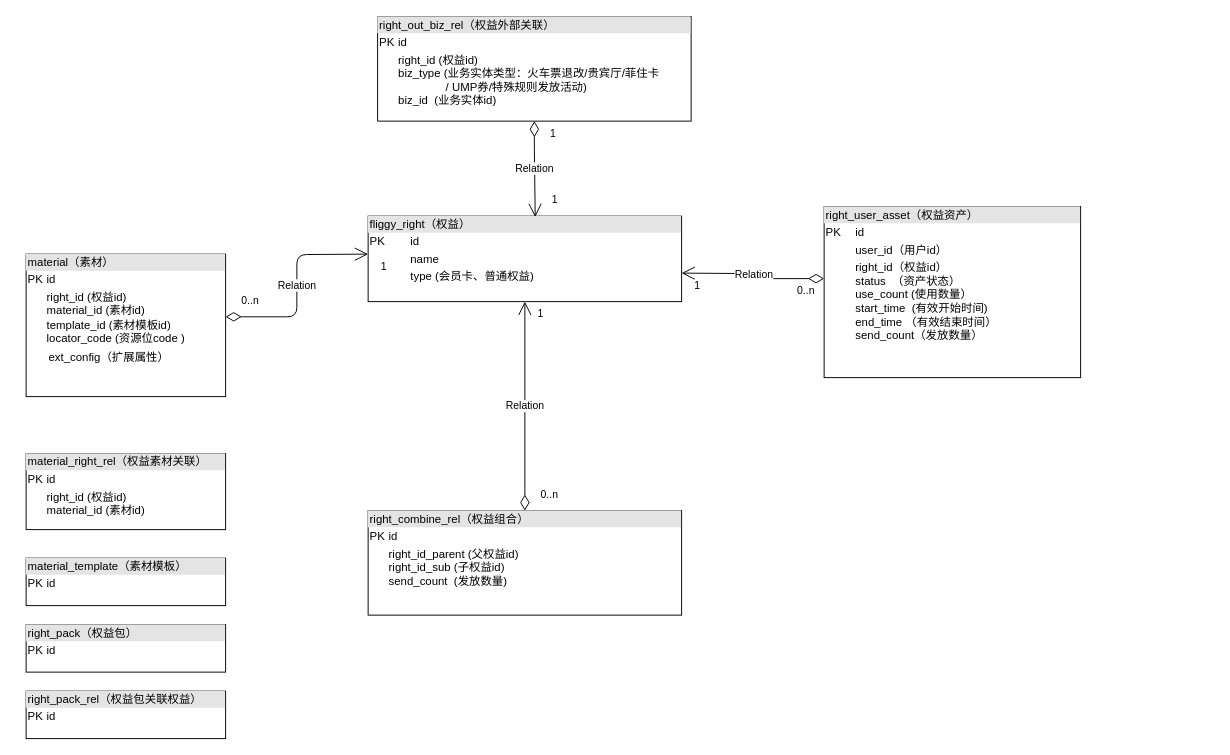
The draw.io diagram page "会员卡ER图" (1 of 4) of 付费权益.drawio in renqiuming/drawio, before the edit. Source tidied: cells renumbered, new cells numbered last; positions are measured from the earlier drawing's top-left corner, leaving out a move shared by most shapes. Both pictures are drawn from the tidied source at 95%, with x=0, y=0 at pixel (26, 16).
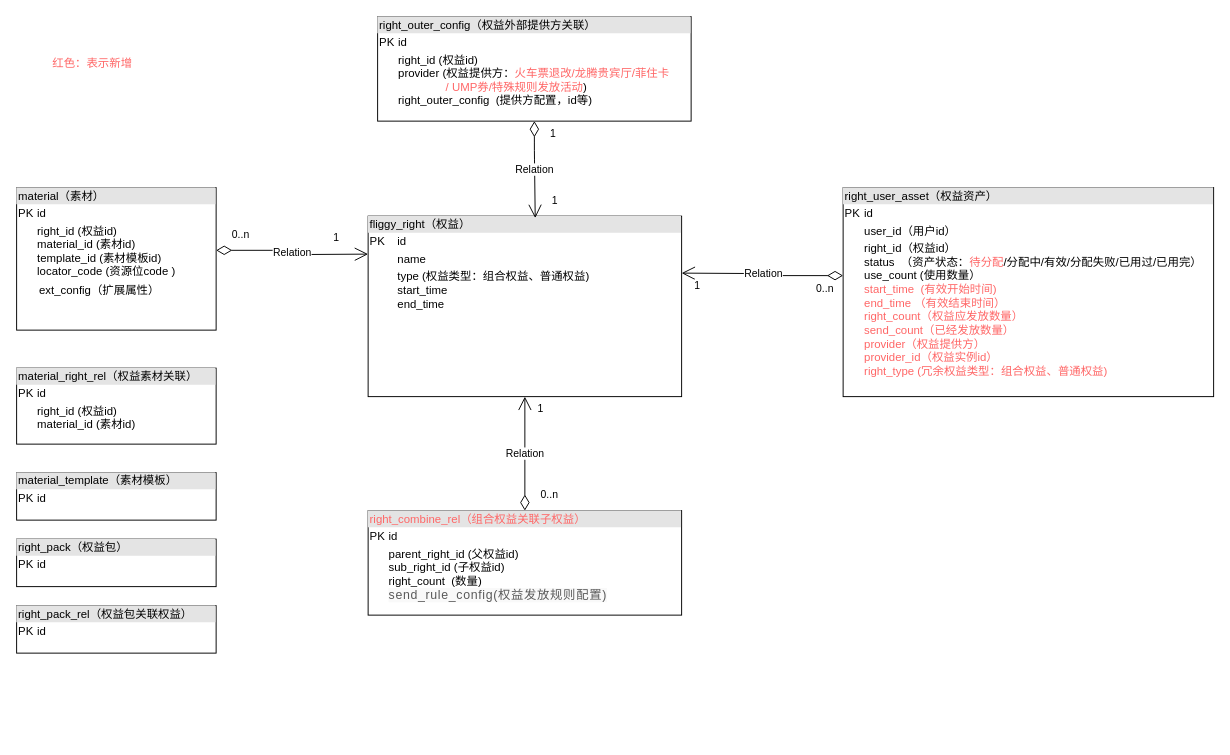
The same diagram, later.

Unchanged cells that the change refers to:
```xml
<mxCell id="18" value="Relation" style="endArrow=open;html=1;endSize=12;startArrow=diamondThin;startSize=14;startFill=0;edgeStyle=orthogonalEdgeStyle;exitX=1;exitY=0.44;exitDx=0;exitDy=0;entryX=0.5;entryY=1;entryDx=0;entryDy=0;exitPerimeter=0;" parent="1" edge="1" source="12">
  <mxGeometry relative="1" as="geometry">
    <mxPoint x="360" y="250" as="targetPoint" />
  </mxGeometry>
</mxCell>
```

The edit, as a diff of the source:
```diff
@@
-    <mxCell id="2" value="&lt;div style=&quot;box-sizing: border-box ; width: 100% ; background: #e4e4e4 ; padding: 2px&quot;&gt;fliggy_right（权益）&lt;/div&gt;&lt;table style=&quot;width: 100% ; font-size: 1em&quot; cellpadding=&quot;2&quot; cellspacing=&quot;0&quot;&gt;&lt;tbody&gt;&lt;tr&gt;&lt;td&gt;PK&lt;/td&gt;&lt;td&gt;id&lt;/td&gt;&lt;/tr&gt;&lt;tr&gt;&lt;td&gt;&lt;br&gt;&lt;/td&gt;&lt;td&gt;name&lt;br&gt;&lt;/td&gt;&lt;/tr&gt;&lt;tr&gt;&lt;td&gt;&lt;/td&gt;&lt;td&gt;type (会员卡、普通权益)&lt;br&gt;&lt;br&gt;&lt;br&gt;&lt;br&gt;&lt;br&gt;&lt;br&gt;&lt;/td&gt;&lt;/tr&gt;&lt;/tbody&gt;&lt;/table&gt;" style="verticalAlign=top;align=left;overflow=fill;html=1;" parent="1" vertex="1">
-      <mxGeometry x="360" y="210" width="330" height="90" as="geometry" />
+    <mxCell id="2" value="&lt;div style=&quot;box-sizing: border-box ; width: 100% ; background: #e4e4e4 ; padding: 2px&quot;&gt;fliggy_right（权益）&lt;/div&gt;&lt;table style=&quot;width: 100% ; font-size: 1em&quot; cellpadding=&quot;2&quot; cellspacing=&quot;0&quot;&gt;&lt;tbody&gt;&lt;tr&gt;&lt;td&gt;PK&lt;/td&gt;&lt;td&gt;id&lt;/td&gt;&lt;/tr&gt;&lt;tr&gt;&lt;td&gt;&lt;br&gt;&lt;/td&gt;&lt;td&gt;name&lt;br&gt;&lt;/td&gt;&lt;/tr&gt;&lt;tr&gt;&lt;td&gt;&lt;/td&gt;&lt;td&gt;type (权益类型：组合权益、普通权益)&lt;br&gt;start_time&lt;br&gt;end_time&lt;br&gt;&lt;br&gt;&lt;br&gt;&lt;br&gt;&lt;br&gt;&lt;br&gt;&lt;/td&gt;&lt;/tr&gt;&lt;/tbody&gt;&lt;/table&gt;" style="verticalAlign=top;align=left;overflow=fill;html=1;" parent="1" vertex="1">
+      <mxGeometry x="360" y="210" width="330" height="190" as="geometry" />
     </mxCell>
-    <mxCell id="3" value="&lt;div style=&quot;box-sizing: border-box ; width: 100% ; background: #e4e4e4 ; padding: 2px&quot;&gt;right_user_asset（权益资产）&lt;br&gt;&lt;/div&gt;&lt;table style=&quot;width: 100% ; font-size: 1em&quot; cellpadding=&quot;2&quot; cellspacing=&quot;0&quot;&gt;&lt;tbody&gt;&lt;tr&gt;&lt;td&gt;PK&lt;/td&gt;&lt;td&gt;id&lt;/td&gt;&lt;/tr&gt;&lt;tr&gt;&lt;td&gt;&lt;br&gt;&lt;/td&gt;&lt;td&gt;user_id（用户id）&lt;/td&gt;&lt;/tr&gt;&lt;tr&gt;&lt;td&gt;&lt;br&gt;&lt;/td&gt;&lt;td&gt;right_id（权益id）&lt;br&gt;status&amp;nbsp; （资产状态）&lt;br&gt;use_count (使用数量）&lt;br&gt;start_time&amp;nbsp; (有效开始时间)&lt;br&gt;end_time （有效结束时间）&lt;br&gt;send_count（发放数量）&lt;br&gt;&lt;br&gt;&lt;/td&gt;&lt;/tr&gt;&lt;/tbody&gt;&lt;/table&gt;" style="verticalAlign=top;align=left;overflow=fill;html=1;" parent="1" vertex="1">
-      <mxGeometry x="840" y="200" width="270" height="180" as="geometry" />
+    <mxCell id="3" value="&lt;div style=&quot;box-sizing: border-box ; width: 100% ; background: #e4e4e4 ; padding: 2px&quot;&gt;right_user_asset（权益资产）&lt;br&gt;&lt;/div&gt;&lt;table style=&quot;width: 100% ; font-size: 1em&quot; cellpadding=&quot;2&quot; cellspacing=&quot;0&quot;&gt;&lt;tbody&gt;&lt;tr&gt;&lt;td&gt;PK&lt;/td&gt;&lt;td&gt;id&lt;/td&gt;&lt;/tr&gt;&lt;tr&gt;&lt;td&gt;&lt;br&gt;&lt;/td&gt;&lt;td&gt;user_id（用户id）&lt;/td&gt;&lt;/tr&gt;&lt;tr&gt;&lt;td&gt;&lt;br&gt;&lt;/td&gt;&lt;td&gt;right_id（权益id）&lt;br&gt;status&amp;nbsp; （资产状态：&lt;font color=&quot;#ff6666&quot;&gt;待分配&lt;/font&gt;/分配中/有效/分配失败/已用过/已用完）&lt;br&gt;use_count (使用数量）&lt;br&gt;&lt;font color=&quot;#ff6666&quot;&gt;start_time&amp;nbsp; (有效开始时间)&lt;br&gt;end_time （有效结束时间）&lt;br&gt;right_count（权益应发放数量）&lt;br&gt;send_count（已经发放数量）&lt;br&gt;provider（权益提供方）&lt;br&gt;provider_id（权益实例id）&lt;br&gt;right_type (冗余权益类型：组合权益、普通权益)&lt;br&gt;&lt;/font&gt;&lt;/td&gt;&lt;/tr&gt;&lt;/tbody&gt;&lt;/table&gt;" style="verticalAlign=top;align=left;overflow=fill;html=1;" parent="1" vertex="1">
+      <mxGeometry x="860" y="180" width="390" height="220" as="geometry" />
     </mxCell>
-    <mxCell id="4" value="&lt;div style=&quot;box-sizing: border-box ; width: 100% ; background: #e4e4e4 ; padding: 2px&quot;&gt;right_combine_rel（权益组合）&lt;/div&gt;&lt;table style=&quot;width: 100% ; font-size: 1em&quot; cellpadding=&quot;2&quot; cellspacing=&quot;0&quot;&gt;&lt;tbody&gt;&lt;tr&gt;&lt;td&gt;PK&lt;/td&gt;&lt;td&gt;id&lt;/td&gt;&lt;/tr&gt;&lt;tr&gt;&lt;td&gt;&lt;br&gt;&lt;/td&gt;&lt;td&gt;right_id_parent (父权益id)&lt;br&gt;right_id_sub (子权益id)&lt;br&gt;send_count&amp;nbsp; (发放数量)&lt;br&gt;&lt;span style=&quot;color: rgb(89 , 89 , 89) ; font-family: , &amp;#34;consolas&amp;#34; , &amp;#34;liberation mono&amp;#34; , &amp;#34;menlo&amp;#34; , &amp;#34;courier&amp;#34; , monospace ; font-size: 13px ; letter-spacing: 0.7px ; background-color: rgb(249 , 249 , 249)&quot;&gt;&lt;br&gt;&lt;/span&gt;&lt;/td&gt;&lt;/tr&gt;&lt;tr&gt;&lt;td&gt;&lt;/td&gt;&lt;td&gt;&lt;table cellpadding=&quot;2&quot; cellspacing=&quot;0&quot; style=&quot;font-size: 1em ; width: 330px&quot;&gt;&lt;tbody&gt;&lt;tr&gt;&lt;td&gt;&lt;span style=&quot;color: rgb(89 , 89 , 89) ; font-family: , &amp;#34;consolas&amp;#34; , &amp;#34;liberation mono&amp;#34; , &amp;#34;menlo&amp;#34; , &amp;#34;courier&amp;#34; , monospace ; font-size: 13px ; letter-spacing: 0.7px ; background-color: rgb(249 , 249 , 249)&quot;&gt;&lt;br&gt;&lt;br&gt;&lt;/span&gt;&lt;/td&gt;&lt;/tr&gt;&lt;/tbody&gt;&lt;/table&gt;&lt;br&gt;&lt;br&gt;&lt;br&gt;&lt;br&gt;&lt;/td&gt;&lt;/tr&gt;&lt;/tbody&gt;&lt;/table&gt;" style="verticalAlign=top;align=left;overflow=fill;html=1;" parent="1" vertex="1">
+    <mxCell id="4" value="&lt;div style=&quot;box-sizing: border-box ; width: 100% ; background: #e4e4e4 ; padding: 2px&quot;&gt;&lt;font color=&quot;#ff6666&quot;&gt;right_combine_rel（组合权益关联子权益）&lt;/font&gt;&lt;/div&gt;&lt;table style=&quot;width: 100% ; font-size: 1em&quot; cellpadding=&quot;2&quot; cellspacing=&quot;0&quot;&gt;&lt;tbody&gt;&lt;tr&gt;&lt;td&gt;PK&lt;/td&gt;&lt;td&gt;id&lt;/td&gt;&lt;/tr&gt;&lt;tr&gt;&lt;td&gt;&lt;br&gt;&lt;/td&gt;&lt;td&gt;parent_right_id (父权益id)&lt;br&gt;sub_right_id (子权益id)&lt;br&gt;right_count&amp;nbsp; (数量)&lt;br&gt;&lt;span style=&quot;color: rgb(89 , 89 , 89) ; font-family: , &amp;#34;consolas&amp;#34; , &amp;#34;liberation mono&amp;#34; , &amp;#34;menlo&amp;#34; , &amp;#34;courier&amp;#34; , monospace ; font-size: 13px ; letter-spacing: 0.7px ; background-color: rgb(249 , 249 , 249)&quot;&gt;send_rule_config(权益发放规则配置)&lt;/span&gt;&lt;/td&gt;&lt;/tr&gt;&lt;tr&gt;&lt;td&gt;&lt;/td&gt;&lt;td&gt;&lt;table cellpadding=&quot;2&quot; cellspacing=&quot;0&quot; style=&quot;font-size: 1em ; width: 330px&quot;&gt;&lt;tbody&gt;&lt;tr&gt;&lt;td&gt;&lt;span style=&quot;color: rgb(89 , 89 , 89) ; font-family: , &amp;#34;consolas&amp;#34; , &amp;#34;liberation mono&amp;#34; , &amp;#34;menlo&amp;#34; , &amp;#34;courier&amp;#34; , monospace ; font-size: 13px ; letter-spacing: 0.7px ; background-color: rgb(249 , 249 , 249)&quot;&gt;&lt;br&gt;&lt;br&gt;&lt;/span&gt;&lt;/td&gt;&lt;/tr&gt;&lt;/tbody&gt;&lt;/table&gt;&lt;br&gt;&lt;br&gt;&lt;br&gt;&lt;br&gt;&lt;/td&gt;&lt;/tr&gt;&lt;/tbody&gt;&lt;/table&gt;" style="verticalAlign=top;align=left;overflow=fill;html=1;" parent="1" vertex="1">
       <mxGeometry x="360" y="520" width="330" height="110" as="geometry" />
     </mxCell>
@@
     <mxCell id="8" value="&lt;div style=&quot;box-sizing: border-box ; width: 100% ; background: #e4e4e4 ; padding: 2px&quot;&gt;material_right_rel（权益素材关联）&lt;/div&gt;&lt;table style=&quot;width: 100% ; font-size: 1em&quot; cellpadding=&quot;2&quot; cellspacing=&quot;0&quot;&gt;&lt;tbody&gt;&lt;tr&gt;&lt;td&gt;PK&lt;/td&gt;&lt;td&gt;id&lt;/td&gt;&lt;/tr&gt;&lt;tr&gt;&lt;td&gt;&lt;br&gt;&lt;/td&gt;&lt;td&gt;right_id (权益id)&lt;br&gt;material_id (素材id)&lt;br&gt;&lt;span style=&quot;color: rgb(89 , 89 , 89) ; font-family: , &amp;#34;consolas&amp;#34; , &amp;#34;liberation mono&amp;#34; , &amp;#34;menlo&amp;#34; , &amp;#34;courier&amp;#34; , monospace ; font-size: 13px ; letter-spacing: 0.7px ; background-color: rgb(249 , 249 , 249)&quot;&gt;&lt;br&gt;&lt;/span&gt;&lt;/td&gt;&lt;/tr&gt;&lt;tr&gt;&lt;td&gt;&lt;/td&gt;&lt;td&gt;&lt;table cellpadding=&quot;2&quot; cellspacing=&quot;0&quot; style=&quot;font-size: 1em ; width: 330px&quot;&gt;&lt;tbody&gt;&lt;tr&gt;&lt;td&gt;&lt;span style=&quot;color: rgb(89 , 89 , 89) ; font-family: , &amp;#34;consolas&amp;#34; , &amp;#34;liberation mono&amp;#34; , &amp;#34;menlo&amp;#34; , &amp;#34;courier&amp;#34; , monospace ; font-size: 13px ; letter-spacing: 0.7px ; background-color: rgb(249 , 249 , 249)&quot;&gt;&lt;br&gt;&lt;br&gt;&lt;/span&gt;&lt;/td&gt;&lt;/tr&gt;&lt;/tbody&gt;&lt;/table&gt;&lt;br&gt;&lt;br&gt;&lt;br&gt;&lt;br&gt;&lt;/td&gt;&lt;/tr&gt;&lt;/tbody&gt;&lt;/table&gt;" style="verticalAlign=top;align=left;overflow=fill;html=1;" parent="1" vertex="1">
-      <mxGeometry y="460" width="210" height="80" as="geometry" />
+      <mxGeometry x="-10" y="370" width="210" height="80" as="geometry" />
     </mxCell>
@@
     <mxCell id="12" value="&lt;div style=&quot;box-sizing: border-box ; width: 100% ; background: #e4e4e4 ; padding: 2px&quot;&gt;material（素材）&lt;/div&gt;&lt;table style=&quot;width: 100% ; font-size: 1em&quot; cellpadding=&quot;2&quot; cellspacing=&quot;0&quot;&gt;&lt;tbody&gt;&lt;tr&gt;&lt;td&gt;PK&lt;/td&gt;&lt;td&gt;id&lt;/td&gt;&lt;/tr&gt;&lt;tr&gt;&lt;td&gt;&lt;br&gt;&lt;/td&gt;&lt;td&gt;right_id (权益id)&lt;br&gt;material_id (素材id)&lt;br&gt;template_id (素材模板id)&lt;br&gt;locator_code (资源位code )&lt;span style=&quot;background-color: rgb(249 , 249 , 249)&quot;&gt;&lt;br&gt;&lt;/span&gt;&lt;/td&gt;&lt;/tr&gt;&lt;tr&gt;&lt;td&gt;&lt;/td&gt;&lt;td&gt;&lt;table cellpadding=&quot;2&quot; cellspacing=&quot;0&quot; style=&quot;font-size: 1em ; width: 330px&quot;&gt;&lt;tbody&gt;&lt;tr&gt;&lt;td&gt;ext_config（扩展属性）&lt;span style=&quot;background-color: rgb(249 , 249 , 249)&quot;&gt;&lt;br&gt;&lt;br&gt;&lt;/span&gt;&lt;/td&gt;&lt;/tr&gt;&lt;/tbody&gt;&lt;/table&gt;&lt;br&gt;&lt;br&gt;&lt;br&gt;&lt;br&gt;&lt;/td&gt;&lt;/tr&gt;&lt;/tbody&gt;&lt;/table&gt;" style="verticalAlign=top;align=left;overflow=fill;html=1;" parent="1" vertex="1">
-      <mxGeometry y="250" width="210" height="150" as="geometry" />
+      <mxGeometry x="-10" y="180" width="210" height="150" as="geometry" />
     </mxCell>
-    <mxCell id="13" value="&lt;div style=&quot;box-sizing: border-box ; width: 100% ; background: #e4e4e4 ; padding: 2px&quot;&gt;right_out_biz_rel（权益外部关联）&lt;/div&gt;&lt;table style=&quot;width: 100% ; font-size: 1em&quot; cellpadding=&quot;2&quot; cellspacing=&quot;0&quot;&gt;&lt;tbody&gt;&lt;tr&gt;&lt;td&gt;PK&lt;/td&gt;&lt;td&gt;id&lt;/td&gt;&lt;/tr&gt;&lt;tr&gt;&lt;td&gt;&lt;br&gt;&lt;/td&gt;&lt;td&gt;right_id (权益id)&lt;br&gt;biz_type&amp;nbsp;(业务实体类型：火车票退改/贵宾厅/菲住卡&lt;br&gt;&amp;nbsp; &amp;nbsp; &amp;nbsp; &amp;nbsp; &amp;nbsp; &amp;nbsp; &amp;nbsp; &amp;nbsp;/&amp;nbsp;UMP券/特殊规则发放活动)&lt;br&gt;biz_id&amp;nbsp; (业务实体id)&lt;br&gt;&lt;span style=&quot;color: rgb(89 , 89 , 89) ; font-family: , &amp;#34;consolas&amp;#34; , &amp;#34;liberation mono&amp;#34; , &amp;#34;menlo&amp;#34; , &amp;#34;courier&amp;#34; , monospace ; font-size: 13px ; letter-spacing: 0.7px ; background-color: rgb(249 , 249 , 249)&quot;&gt;&lt;br&gt;&lt;/span&gt;&lt;/td&gt;&lt;/tr&gt;&lt;tr&gt;&lt;td&gt;&lt;/td&gt;&lt;td&gt;&lt;table cellpadding=&quot;2&quot; cellspacing=&quot;0&quot; style=&quot;font-size: 1em ; width: 330px&quot;&gt;&lt;tbody&gt;&lt;tr&gt;&lt;td&gt;&lt;span style=&quot;color: rgb(89 , 89 , 89) ; font-family: , &amp;#34;consolas&amp;#34; , &amp;#34;liberation mono&amp;#34; , &amp;#34;menlo&amp;#34; , &amp;#34;courier&amp;#34; , monospace ; font-size: 13px ; letter-spacing: 0.7px ; background-color: rgb(249 , 249 , 249)&quot;&gt;&lt;br&gt;&lt;br&gt;&lt;/span&gt;&lt;/td&gt;&lt;/tr&gt;&lt;/tbody&gt;&lt;/table&gt;&lt;br&gt;&lt;br&gt;&lt;br&gt;&lt;br&gt;&lt;/td&gt;&lt;/tr&gt;&lt;/tbody&gt;&lt;/table&gt;" style="verticalAlign=top;align=left;overflow=fill;html=1;" parent="1" vertex="1">
+    <mxCell id="13" value="&lt;div style=&quot;box-sizing: border-box ; width: 100% ; background: #e4e4e4 ; padding: 2px&quot;&gt;right_outer_config（权益外部提供方关联）&lt;/div&gt;&lt;table style=&quot;width: 100% ; font-size: 1em&quot; cellpadding=&quot;2&quot; cellspacing=&quot;0&quot;&gt;&lt;tbody&gt;&lt;tr&gt;&lt;td&gt;PK&lt;/td&gt;&lt;td&gt;id&lt;/td&gt;&lt;/tr&gt;&lt;tr&gt;&lt;td&gt;&lt;br&gt;&lt;/td&gt;&lt;td&gt;right_id (权益id)&lt;br&gt;provider&amp;nbsp;(权益提供方：&lt;font color=&quot;#ff6666&quot;&gt;火车票退改/龙腾贵宾厅/菲住卡&lt;br&gt;&amp;nbsp; &amp;nbsp; &amp;nbsp; &amp;nbsp; &amp;nbsp; &amp;nbsp; &amp;nbsp; &amp;nbsp;/&amp;nbsp;UMP券/特殊规则发放活动&lt;/font&gt;)&lt;br&gt;right_outer_config&amp;nbsp; (提供方配置，id等)&lt;br&gt;&lt;span style=&quot;color: rgb(89 , 89 , 89) ; font-family: , &amp;#34;consolas&amp;#34; , &amp;#34;liberation mono&amp;#34; , &amp;#34;menlo&amp;#34; , &amp;#34;courier&amp;#34; , monospace ; font-size: 13px ; letter-spacing: 0.7px ; background-color: rgb(249 , 249 , 249)&quot;&gt;&lt;br&gt;&lt;/span&gt;&lt;/td&gt;&lt;/tr&gt;&lt;tr&gt;&lt;td&gt;&lt;/td&gt;&lt;td&gt;&lt;table cellpadding=&quot;2&quot; cellspacing=&quot;0&quot; style=&quot;font-size: 1em ; width: 330px&quot;&gt;&lt;tbody&gt;&lt;tr&gt;&lt;td&gt;&lt;span style=&quot;color: rgb(89 , 89 , 89) ; font-family: , &amp;#34;consolas&amp;#34; , &amp;#34;liberation mono&amp;#34; , &amp;#34;menlo&amp;#34; , &amp;#34;courier&amp;#34; , monospace ; font-size: 13px ; letter-spacing: 0.7px ; background-color: rgb(249 , 249 , 249)&quot;&gt;&lt;br&gt;&lt;br&gt;&lt;/span&gt;&lt;/td&gt;&lt;/tr&gt;&lt;/tbody&gt;&lt;/table&gt;&lt;br&gt;&lt;br&gt;&lt;br&gt;&lt;br&gt;&lt;/td&gt;&lt;/tr&gt;&lt;/tbody&gt;&lt;/table&gt;" style="verticalAlign=top;align=left;overflow=fill;html=1;" parent="1" vertex="1">
       <mxGeometry x="370" width="330" height="110" as="geometry" />
     </mxCell>
@@
     <mxCell id="17" value="&lt;div style=&quot;box-sizing: border-box ; width: 100% ; background: #e4e4e4 ; padding: 2px&quot;&gt;material_template（素材模板）&lt;/div&gt;&lt;table style=&quot;width: 100% ; font-size: 1em&quot; cellpadding=&quot;2&quot; cellspacing=&quot;0&quot;&gt;&lt;tbody&gt;&lt;tr&gt;&lt;td&gt;PK&lt;/td&gt;&lt;td&gt;id&lt;/td&gt;&lt;/tr&gt;&lt;tr&gt;&lt;td&gt;&lt;br&gt;&lt;/td&gt;&lt;td&gt;&lt;span style=&quot;color: rgb(89 , 89 , 89) ; font-family: , &amp;#34;consolas&amp;#34; , &amp;#34;liberation mono&amp;#34; , &amp;#34;menlo&amp;#34; , &amp;#34;courier&amp;#34; , monospace ; font-size: 13px ; letter-spacing: 0.7px ; background-color: rgb(249 , 249 , 249)&quot;&gt;&lt;br&gt;&lt;/span&gt;&lt;/td&gt;&lt;/tr&gt;&lt;tr&gt;&lt;td&gt;&lt;/td&gt;&lt;td&gt;&lt;table cellpadding=&quot;2&quot; cellspacing=&quot;0&quot; style=&quot;font-size: 1em ; width: 330px&quot;&gt;&lt;tbody&gt;&lt;tr&gt;&lt;td&gt;&lt;span style=&quot;color: rgb(89 , 89 , 89) ; font-family: , &amp;#34;consolas&amp;#34; , &amp;#34;liberation mono&amp;#34; , &amp;#34;menlo&amp;#34; , &amp;#34;courier&amp;#34; , monospace ; font-size: 13px ; letter-spacing: 0.7px ; background-color: rgb(249 , 249 , 249)&quot;&gt;&lt;br&gt;&lt;br&gt;&lt;/span&gt;&lt;/td&gt;&lt;/tr&gt;&lt;/tbody&gt;&lt;/table&gt;&lt;br&gt;&lt;br&gt;&lt;br&gt;&lt;br&gt;&lt;/td&gt;&lt;/tr&gt;&lt;/tbody&gt;&lt;/table&gt;" style="verticalAlign=top;align=left;overflow=fill;html=1;" parent="1" vertex="1">
-      <mxGeometry y="570" width="210" height="50" as="geometry" />
+      <mxGeometry x="-10" y="480" width="210" height="50" as="geometry" />
     </mxCell>
@@
     <mxCell id="20" value="1" style="edgeLabel;html=1;align=right;verticalAlign=top;" parent="18" vertex="1">
       <mxGeometry x="1" relative="1" as="geometry">
-        <mxPoint x="20" as="offset" />
+        <mxPoint x="-30" y="-30" as="offset" />
       </mxGeometry>
     </mxCell>
     <mxCell id="21" value="&lt;div style=&quot;box-sizing: border-box ; width: 100% ; background: #e4e4e4 ; padding: 2px&quot;&gt;right_pack（权益包）&lt;/div&gt;&lt;table style=&quot;width: 100% ; font-size: 1em&quot; cellpadding=&quot;2&quot; cellspacing=&quot;0&quot;&gt;&lt;tbody&gt;&lt;tr&gt;&lt;td&gt;PK&lt;/td&gt;&lt;td&gt;id&lt;/td&gt;&lt;/tr&gt;&lt;tr&gt;&lt;td&gt;&lt;br&gt;&lt;/td&gt;&lt;td&gt;&lt;span style=&quot;color: rgb(89 , 89 , 89) ; font-family: , &amp;#34;consolas&amp;#34; , &amp;#34;liberation mono&amp;#34; , &amp;#34;menlo&amp;#34; , &amp;#34;courier&amp;#34; , monospace ; font-size: 13px ; letter-spacing: 0.7px ; background-color: rgb(249 , 249 , 249)&quot;&gt;&lt;br&gt;&lt;/span&gt;&lt;/td&gt;&lt;/tr&gt;&lt;tr&gt;&lt;td&gt;&lt;/td&gt;&lt;td&gt;&lt;table cellpadding=&quot;2&quot; cellspacing=&quot;0&quot; style=&quot;font-size: 1em ; width: 330px&quot;&gt;&lt;tbody&gt;&lt;tr&gt;&lt;td&gt;&lt;span style=&quot;color: rgb(89 , 89 , 89) ; font-family: , &amp;#34;consolas&amp;#34; , &amp;#34;liberation mono&amp;#34; , &amp;#34;menlo&amp;#34; , &amp;#34;courier&amp;#34; , monospace ; font-size: 13px ; letter-spacing: 0.7px ; background-color: rgb(249 , 249 , 249)&quot;&gt;&lt;br&gt;&lt;br&gt;&lt;/span&gt;&lt;/td&gt;&lt;/tr&gt;&lt;/tbody&gt;&lt;/table&gt;&lt;br&gt;&lt;br&gt;&lt;br&gt;&lt;br&gt;&lt;/td&gt;&lt;/tr&gt;&lt;/tbody&gt;&lt;/table&gt;" style="verticalAlign=top;align=left;overflow=fill;html=1;" parent="1" vertex="1">
-      <mxGeometry y="640" width="210" height="50" as="geometry" />
+      <mxGeometry x="-10" y="550" width="210" height="50" as="geometry" />
     </mxCell>
     <mxCell id="22" value="&lt;div style=&quot;box-sizing: border-box ; width: 100% ; background: #e4e4e4 ; padding: 2px&quot;&gt;right_pack_rel（权益包关联权益）&lt;/div&gt;&lt;table style=&quot;width: 100% ; font-size: 1em&quot; cellpadding=&quot;2&quot; cellspacing=&quot;0&quot;&gt;&lt;tbody&gt;&lt;tr&gt;&lt;td&gt;PK&lt;/td&gt;&lt;td&gt;id&lt;/td&gt;&lt;/tr&gt;&lt;tr&gt;&lt;td&gt;&lt;br&gt;&lt;/td&gt;&lt;td&gt;&lt;span style=&quot;color: rgb(89 , 89 , 89) ; font-family: , &amp;#34;consolas&amp;#34; , &amp;#34;liberation mono&amp;#34; , &amp;#34;menlo&amp;#34; , &amp;#34;courier&amp;#34; , monospace ; font-size: 13px ; letter-spacing: 0.7px ; background-color: rgb(249 , 249 , 249)&quot;&gt;&lt;br&gt;&lt;/span&gt;&lt;/td&gt;&lt;/tr&gt;&lt;tr&gt;&lt;td&gt;&lt;/td&gt;&lt;td&gt;&lt;table cellpadding=&quot;2&quot; cellspacing=&quot;0&quot; style=&quot;font-size: 1em ; width: 330px&quot;&gt;&lt;tbody&gt;&lt;tr&gt;&lt;td&gt;&lt;span style=&quot;color: rgb(89 , 89 , 89) ; font-family: , &amp;#34;consolas&amp;#34; , &amp;#34;liberation mono&amp;#34; , &amp;#34;menlo&amp;#34; , &amp;#34;courier&amp;#34; , monospace ; font-size: 13px ; letter-spacing: 0.7px ; background-color: rgb(249 , 249 , 249)&quot;&gt;&lt;br&gt;&lt;br&gt;&lt;/span&gt;&lt;/td&gt;&lt;/tr&gt;&lt;/tbody&gt;&lt;/table&gt;&lt;br&gt;&lt;br&gt;&lt;br&gt;&lt;br&gt;&lt;/td&gt;&lt;/tr&gt;&lt;/tbody&gt;&lt;/table&gt;" style="verticalAlign=top;align=left;overflow=fill;html=1;" parent="1" vertex="1">
-      <mxGeometry y="710" width="210" height="50" as="geometry" />
+      <mxGeometry x="-10" y="620" width="210" height="50" as="geometry" />
     </mxCell>
+    <mxCell id="23" value="&lt;div style=&quot;text-align: left&quot;&gt;&lt;span&gt;&lt;font color=&quot;#ff6666&quot;&gt;红色：表示新增&lt;/font&gt;&lt;/span&gt;&lt;/div&gt;" style="rounded=0;whiteSpace=wrap;html=1;strokeColor=#FFFFFF;fillColor=#FFFFFF;" parent="1" vertex="1">
+      <mxGeometry x="10" y="20" width="120" height="60" as="geometry" />
+    </mxCell>
```
